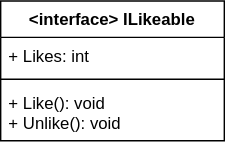
The draw.io diagram Assets/ILikeable.svg in ucudal/PII_Conceptos_de_POO, before a commit. Source tidied: cells renumbered, new cells last; positions are measured from the earlier drawing's top-left corner, leaving out a move shared by most shapes.
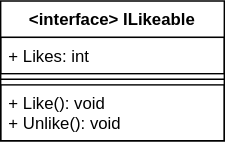
Later version of the same file.

What changed in the source:
```diff
@@ -1,17 +1,17 @@
-<mxGraphModel>
+<mxGraphModel background="#FFFFFF">
   <root>
     <mxCell id="0" />
     <mxCell id="1" parent="0" />
-    <mxCell id="2" value="&lt;interface&gt; ILikeable" style="swimlane;fontStyle=1;align=center;verticalAlign=top;horizontal=1;startSize=26;" parent="1" vertex="1">
+    <mxCell id="2" value="&lt;interface&gt; ILikeable" style="swimlane;fontStyle=1;align=center;verticalAlign=top;horizontal=1;startSize=26;fillColor=none;strokeColor=#000000;fontColor=#000000;" parent="1" vertex="1">
       <mxGeometry width="160" height="100" as="geometry" />
     </mxCell>
-    <mxCell id="3" value="+ Likes: int" style="text;strokeColor=none;fillColor=none;align=left;verticalAlign=top;spacingLeft=4;spacingRight=4;overflow=hidden;" parent="2" vertex="1">
+    <mxCell id="3" value="+ Likes: int" style="text;align=left;verticalAlign=top;spacingLeft=4;spacingRight=4;overflow=hidden;strokeColor=#000000;fontColor=#000000;" parent="2" vertex="1">
       <mxGeometry y="26" width="160" height="26" as="geometry" />
     </mxCell>
-    <mxCell id="4" style="line;strokeWidth=1;fillColor=none;align=left;verticalAlign=middle;spacingTop=-1;spacingLeft=3;spacingRight=3;labelPosition=right;" parent="2" vertex="1">
+    <mxCell id="4" style="line;strokeWidth=1;align=left;verticalAlign=middle;spacingTop=-1;spacingLeft=3;spacingRight=3;labelPosition=right;fillColor=none;strokeColor=#000000;fontColor=#000000;" parent="2" vertex="1">
       <mxGeometry y="52" width="160" height="8" as="geometry" />
     </mxCell>
-    <mxCell id="5" value="+ Like(): void&#10;+ Unlike(): void" style="text;strokeColor=none;fillColor=none;align=left;verticalAlign=top;spacingLeft=4;spacingRight=4;overflow=hidden;" parent="2" vertex="1">
+    <mxCell id="5" value="+ Like(): void&#10;+ Unlike(): void" style="text;align=left;verticalAlign=top;spacingLeft=4;spacingRight=4;overflow=hidden;strokeColor=#000000;fontColor=#000000;" parent="2" vertex="1">
       <mxGeometry y="60" width="160" height="40" as="geometry" />
     </mxCell>
   </root>
```
